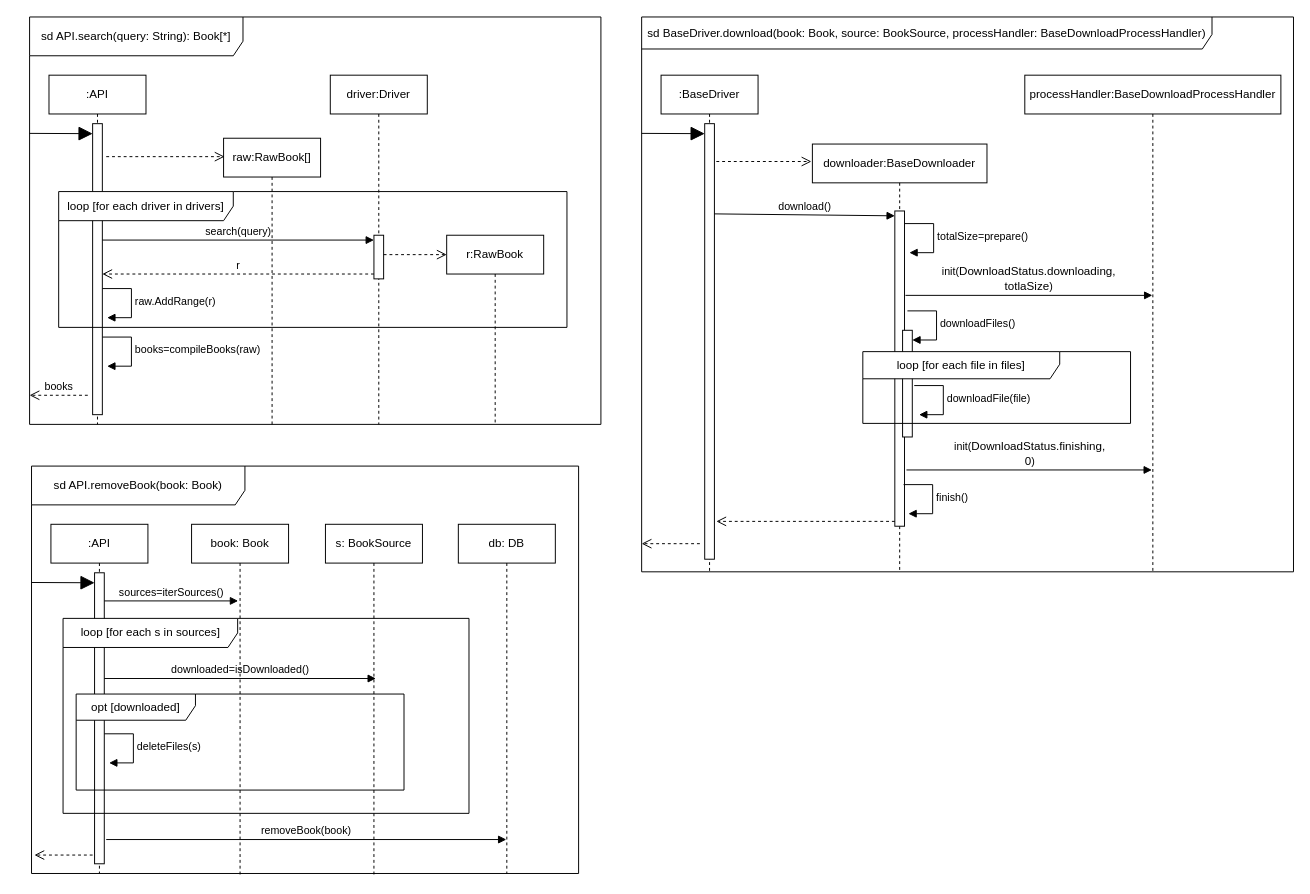
Before: page "Sequences" (6 of 7) of lab2/lab2.drawio in YuumiEnjoyer/OOAP, a draw.io diagram. Source tidied: cells renumbered, new cells numbered last; positions are measured from the earlier drawing's top-left corner, leaving out a move shared by most shapes. Both pictures are drawn from the tidied source at 97%, with x=0, y=0 at pixel (29, 16).
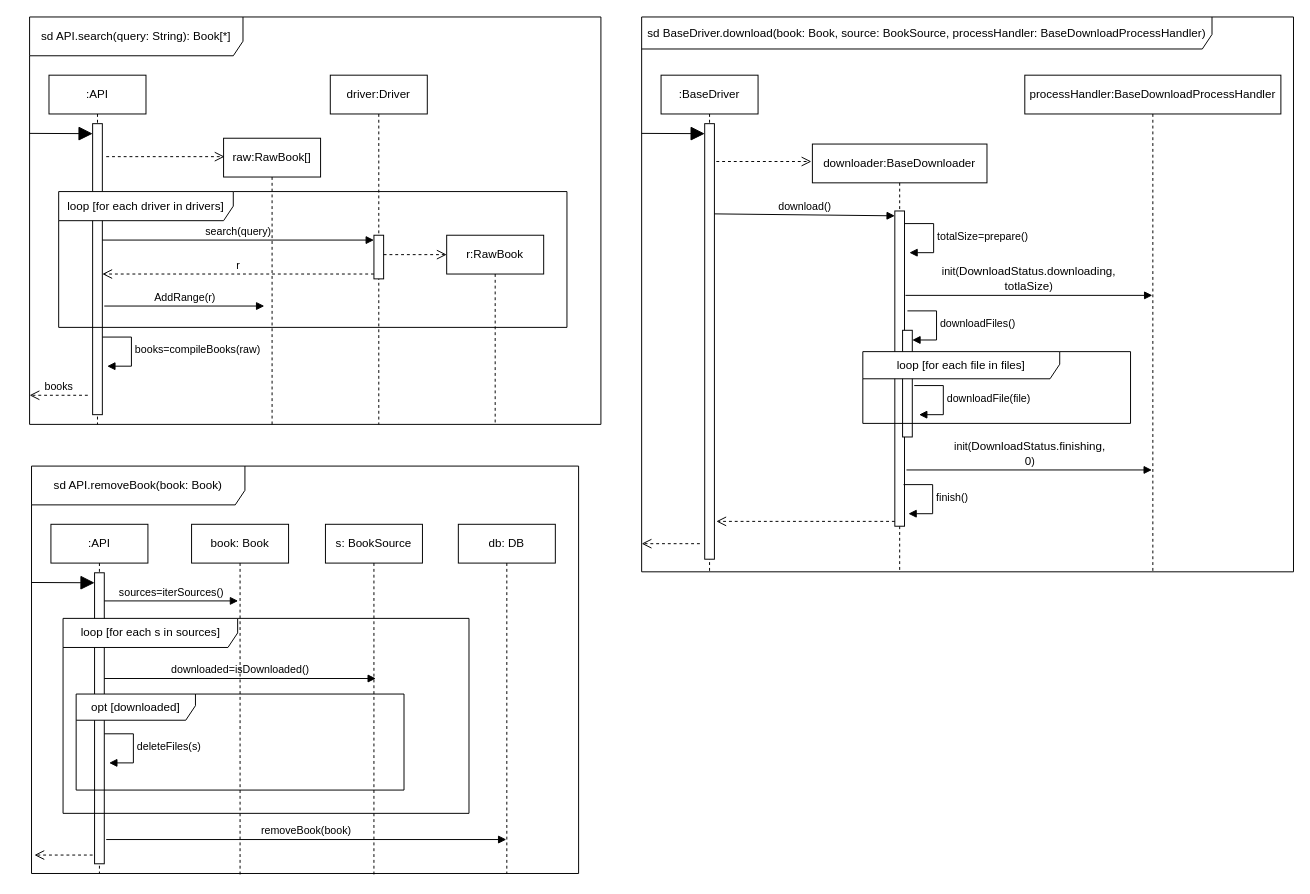
The same diagram, later.

Change to the diagram source:
```diff
@@
-    <mxCell id="15" value="raw.AddRange(r)" style="html=1;align=left;spacingLeft=2;endArrow=block;rounded=0;edgeStyle=orthogonalEdgeStyle;curved=0;rounded=0;" parent="1" edge="1">
-      <mxGeometry relative="1" as="geometry">
-        <mxPoint x="75" y="280" as="sourcePoint" />
-        <mxPoint x="80" y="310" as="targetPoint" />
-        <Array as="points">
-          <mxPoint x="105" y="310" />
-        </Array>
-      </mxGeometry>
-    </mxCell>
@@
+    <mxCell id="51" value="&lt;span style=&quot;text-align: left;&quot;&gt;AddRange(r)&lt;/span&gt;" style="html=1;verticalAlign=bottom;endArrow=block;curved=0;rounded=0;" parent="1" edge="1">
+      <mxGeometry relative="1" as="geometry">
+        <mxPoint x="77" y="298" as="sourcePoint" />
+        <mxPoint x="242" y="298" as="targetPoint" />
+      </mxGeometry>
+    </mxCell>
```
